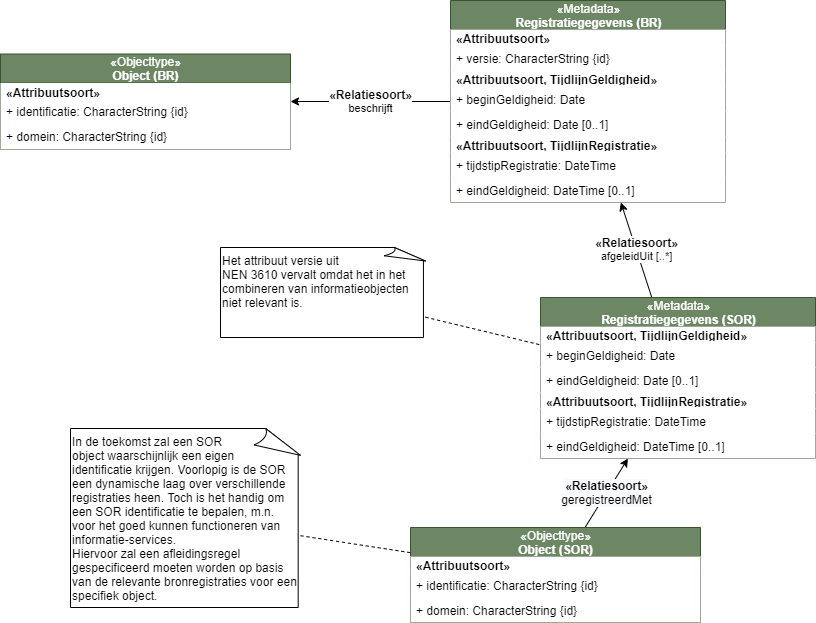
Above: media/historie.drawio.png in Geonovum/disgeo-demo-3a (draw.io), before the change. Source tidied: cells renumbered, new cells last; positions are measured from the earlier drawing's top-left corner, leaving out a move shared by most shapes.
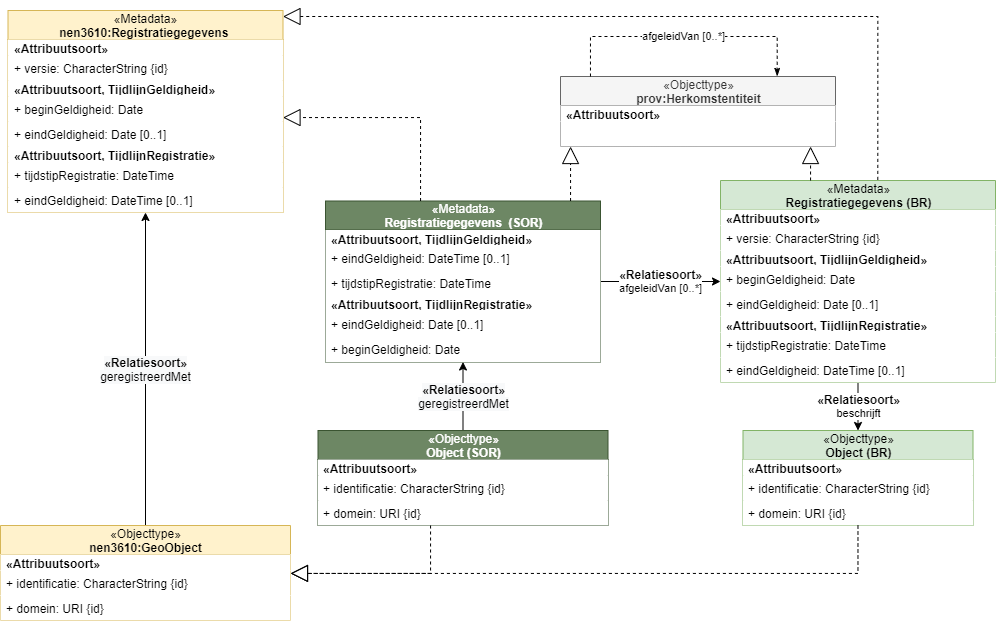
The same file after the commit.

Commit message:
aanpassen historiebeschrijvin nav metadatabeschrijving

Diff of the diagram source:
```diff
@@ -1,4 +1,4 @@
-<mxGraphModel>
+<mxGraphModel background="#ffffff">
   <root>
     <mxCell id="0" />
     <mxCell id="1" parent="0" />
@@ -6,58 +6,46 @@
       <mxGeometry relative="1" as="geometry" />
     </mxCell>
     <mxCell id="3" value="&lt;span style=&quot;font-weight: 400&quot;&gt;«Objecttype»&lt;/span&gt;&lt;br style=&quot;font-weight: 400&quot;&gt;Object (SOR)" style="swimlane;fontStyle=1;align=center;verticalAlign=middle;horizontal=1;startSize=29;html=1;fillColor=#6d8764;strokeColor=#3A5431;fontColor=#ffffff;" parent="1" vertex="1">
-      <mxGeometry x="410" y="527" width="290" height="95" as="geometry" />
+      <mxGeometry x="547.5" y="427" width="290" height="95" as="geometry" />
     </mxCell>
-    <mxCell id="4" value="&lt;span style=&quot;text-align: center&quot;&gt;&lt;b&gt;«Attribuutsoort»&lt;/b&gt;&lt;/span&gt;" style="text;html=1;align=left;verticalAlign=middle;spacingLeft=4;spacingRight=4;overflow=hidden;fillColor=#ffffff;" parent="3" vertex="1">
-      <mxGeometry y="29" width="290" height="16" as="geometry" />
-    </mxCell>
-    <mxCell id="5" value="+ identificatie: CharacterString {id}" style="text;html=1;align=left;verticalAlign=middle;spacingLeft=4;spacingRight=4;overflow=hidden;fillColor=#ffffff;" parent="3" vertex="1">
-      <mxGeometry y="45" width="290" height="25" as="geometry" />
-    </mxCell>
-    <mxCell id="6" value="+ domein: CharacterString {id}" style="text;html=1;align=left;verticalAlign=middle;spacingLeft=4;spacingRight=4;overflow=hidden;fillColor=#ffffff;" parent="3" vertex="1">
-      <mxGeometry y="70" width="290" height="25" as="geometry" />
-    </mxCell>
+    <mxCell id="33" value="&lt;span style=&quot;text-align: center&quot;&gt;&lt;b&gt;«Attribuutsoort»&lt;/b&gt;&lt;/span&gt;" style="text;html=1;align=left;verticalAlign=middle;spacingLeft=4;spacingRight=4;overflow=hidden;fillColor=#ffffff;" parent="3" vertex="1">
+      <mxGeometry y="29" width="290" height="16" as="geometry" />
+    </mxCell>
+    <mxCell id="34" value="+ identificatie: CharacterString {id}" style="text;html=1;align=left;verticalAlign=middle;spacingLeft=4;spacingRight=4;overflow=hidden;fillColor=#ffffff;" parent="3" vertex="1">
+      <mxGeometry y="45" width="290" height="25" as="geometry" />
+    </mxCell>
+    <mxCell id="35" value="+ domein: URI {id}" style="text;html=1;align=left;verticalAlign=middle;spacingLeft=4;spacingRight=4;overflow=hidden;fillColor=#ffffff;" parent="3" vertex="1">
+      <mxGeometry y="70" width="290" height="25" as="geometry" />
+    </mxCell>
-    <mxCell id="7" value="&lt;b style=&quot;font-size: 12px&quot;&gt;«Relatiesoort»&lt;br&gt;&lt;/b&gt;afgeleidUit [..*]" style="edgeStyle=none;rounded=0;jettySize=auto;html=1;endArrow=classic;endFill=1;" parent="1" edge="1" source="8" target="20">
+    <mxCell id="7" value="&lt;b style=&quot;font-size: 12px&quot;&gt;«Relatiesoort»&lt;br&gt;&lt;/b&gt;afgeleidVan [0..*]" style="edgeStyle=orthogonalEdgeStyle;rounded=0;jettySize=auto;html=1;" parent="1" edge="1" source="8" target="20">
       <mxGeometry relative="1" as="geometry" />
     </mxCell>
-    <mxCell id="8" value="&lt;span style=&quot;font-weight: 400&quot;&gt;«Metadata»&lt;/span&gt;&lt;br style=&quot;font-weight: 400&quot;&gt;Registratiegegevens (SOR)" style="swimlane;fontStyle=1;align=center;verticalAlign=middle;horizontal=1;startSize=29;html=1;fillColor=#6d8764;strokeColor=#3A5431;fontColor=#ffffff;" parent="1" vertex="1">
-      <mxGeometry x="540" y="297" width="275" height="161" as="geometry" />
+    <mxCell id="8" value="&lt;span style=&quot;font-weight: 400&quot;&gt;«Metadata»&lt;/span&gt;&lt;br style=&quot;font-weight: 400&quot;&gt;Registratiegegevens&amp;nbsp; (SOR)" style="swimlane;fontStyle=1;align=center;verticalAlign=middle;horizontal=1;startSize=29;html=1;fillColor=#6d8764;strokeColor=#3A5431;fontColor=#ffffff;" parent="1" vertex="1">
+      <mxGeometry x="555" y="197.5" width="275" height="161" as="geometry" />
     </mxCell>
     <mxCell id="9" value="&lt;span style=&quot;text-align: center&quot;&gt;&lt;b&gt;«Attribuutsoort, TijdlijnGeldigheid»&lt;/b&gt;&lt;/span&gt;" style="text;html=1;align=left;verticalAlign=middle;spacingLeft=4;spacingRight=4;overflow=hidden;fillColor=#ffffff;" parent="8" vertex="1">
       <mxGeometry y="29" width="275" height="16" as="geometry" />
     </mxCell>
+    <mxCell id="14" value="+ eindGeldigheid: DateTime [0..1]" style="text;html=1;align=left;verticalAlign=middle;spacingLeft=4;spacingRight=4;overflow=hidden;fillColor=#ffffff;" parent="8" vertex="1">
+      <mxGeometry y="45" width="275" height="25" as="geometry" />
+    </mxCell>
+    <mxCell id="13" value="+ tijdstipRegistratie: DateTime" style="text;html=1;align=left;verticalAlign=middle;spacingLeft=4;spacingRight=4;overflow=hidden;fillColor=#ffffff;" parent="8" vertex="1">
+      <mxGeometry y="70" width="275" height="25" as="geometry" />
+    </mxCell>
+    <mxCell id="12" value="&lt;span style=&quot;text-align: center&quot;&gt;&lt;b&gt;«Attribuutsoort, TijdlijnRegistratie»&lt;/b&gt;&lt;/span&gt;" style="text;html=1;align=left;verticalAlign=middle;spacingLeft=4;spacingRight=4;overflow=hidden;fillColor=#ffffff;" parent="8" vertex="1">
+      <mxGeometry y="95" width="275" height="16" as="geometry" />
+    </mxCell>
+    <mxCell id="11" value="+ eindGeldigheid: Date [0..1]" style="text;html=1;align=left;verticalAlign=middle;spacingLeft=4;spacingRight=4;overflow=hidden;fillColor=#ffffff;" parent="8" vertex="1">
+      <mxGeometry y="111" width="275" height="25" as="geometry" />
+    </mxCell>
     <mxCell id="10" value="+ beginGeldigheid: Date" style="text;html=1;align=left;verticalAlign=middle;spacingLeft=4;spacingRight=4;overflow=hidden;fillColor=#ffffff;" parent="8" vertex="1">
-      <mxGeometry y="45" width="275" height="25" as="geometry" />
+      <mxGeometry y="136" width="275" height="25" as="geometry" />
     </mxCell>
-    <mxCell id="11" value="+ eindGeldigheid: Date [0..1]" style="text;html=1;align=left;verticalAlign=middle;spacingLeft=4;spacingRight=4;overflow=hidden;fillColor=#ffffff;" parent="8" vertex="1">
-      <mxGeometry y="70" width="275" height="25" as="geometry" />
-    </mxCell>
-    <mxCell id="12" value="&lt;span style=&quot;text-align: center&quot;&gt;&lt;b&gt;«Attribuutsoort, TijdlijnRegistratie»&lt;/b&gt;&lt;/span&gt;" style="text;html=1;align=left;verticalAlign=middle;spacingLeft=4;spacingRight=4;overflow=hidden;fillColor=#ffffff;" parent="8" vertex="1">
-      <mxGeometry y="95" width="275" height="16" as="geometry" />
-    </mxCell>
-    <mxCell id="13" value="+ tijdstipRegistratie: DateTime" style="text;html=1;align=left;verticalAlign=middle;spacingLeft=4;spacingRight=4;overflow=hidden;fillColor=#ffffff;" parent="8" vertex="1">
-      <mxGeometry y="111" width="275" height="25" as="geometry" />
-    </mxCell>
-    <mxCell id="14" value="+ eindGeldigheid: DateTime [0..1]" style="text;html=1;align=left;verticalAlign=middle;spacingLeft=4;spacingRight=4;overflow=hidden;fillColor=#ffffff;" parent="8" vertex="1">
-      <mxGeometry y="136" width="275" height="25" as="geometry" />
-    </mxCell>
-    <mxCell id="15" style="rounded=0;jettySize=auto;html=1;dashed=1;endArrow=none;endFill=0;" parent="1" edge="1" source="16" target="8">
-      <mxGeometry relative="1" as="geometry" />
-    </mxCell>
-    <mxCell id="16" value="Het attribuut versie uit &lt;br&gt;NEN 3610 vervalt omdat het in het combineren van informatieobjecten niet relevant is.&amp;nbsp;" style="whiteSpace=wrap;html=1;shape=mxgraph.basic.document;align=left;horizontal=1;verticalAlign=top;" parent="1" vertex="1">
-      <mxGeometry x="220" y="247" width="205" height="90" as="geometry" />
-    </mxCell>
-    <mxCell id="17" style="edgeStyle=none;rounded=0;jettySize=auto;html=1;dashed=1;endArrow=none;endFill=0;" parent="1" edge="1" source="18" target="3">
-      <mxGeometry relative="1" as="geometry" />
-    </mxCell>
-    <mxCell id="18" value="In de toekomst zal een SOR &lt;br&gt;object waarschijnlijk een eigen &lt;br&gt;identificatie krijgen. Voorlopig is de SOR een dynamische laag over verschillende registraties heen. Toch is het handig om een SOR identificatie te bepalen, m.n. voor het goed kunnen functioneren van informatie-services.&lt;br&gt;Hiervoor zal een afleidingsregel gespecificeerd moeten worden op basis van de relevante bronregistraties voor een specifiek object." style="whiteSpace=wrap;html=1;shape=mxgraph.basic.document;align=left;horizontal=1;verticalAlign=top;" parent="1" vertex="1">
-      <mxGeometry x="70" y="428" width="230" height="179" as="geometry" />
-    </mxCell>
-    <mxCell id="19" value="&lt;b style=&quot;font-size: 12px&quot;&gt;«Relatiesoort»&lt;br&gt;&lt;/b&gt;beschrijft" style="edgeStyle=none;rounded=0;jettySize=auto;html=1;endArrow=classic;endFill=1;" parent="1" edge="1" source="20" target="29">
+    <mxCell id="19" value="&lt;b style=&quot;font-size: 12px&quot;&gt;«Relatiesoort»&lt;br&gt;&lt;/b&gt;beschrijft" style="edgeStyle=orthogonalEdgeStyle;rounded=0;jettySize=auto;html=1;" parent="1" edge="1" source="20" target="29">
       <mxGeometry relative="1" as="geometry" />
     </mxCell>
-    <mxCell id="20" value="&lt;span style=&quot;font-weight: 400&quot;&gt;«Metadata»&lt;/span&gt;&lt;br style=&quot;font-weight: 400&quot;&gt;Registratiegegevens (BR)" style="swimlane;fontStyle=1;align=center;verticalAlign=middle;horizontal=1;startSize=29;html=1;fillColor=#6d8764;strokeColor=#3A5431;fontColor=#ffffff;" parent="1" vertex="1">
-      <mxGeometry x="450" width="275" height="202" as="geometry" />
+    <mxCell id="20" value="&lt;span style=&quot;font-weight: 400&quot;&gt;«Metadata»&lt;/span&gt;&lt;br style=&quot;font-weight: 400&quot;&gt;Registratiegegevens (BR)" style="swimlane;fontStyle=1;align=center;verticalAlign=middle;horizontal=1;startSize=29;html=1;fillColor=#d5e8d4;strokeColor=#82b366;" parent="1" vertex="1">
+      <mxGeometry x="950" y="177" width="275" height="202" as="geometry" />
     </mxCell>
     <mxCell id="21" value="&lt;span style=&quot;text-align: center&quot;&gt;&lt;b&gt;«Attribuutsoort»&lt;/b&gt;&lt;/span&gt;" style="text;html=1;align=left;verticalAlign=middle;spacingLeft=4;spacingRight=4;overflow=hidden;fillColor=#ffffff;" parent="20" vertex="1">
       <mxGeometry y="29" width="275" height="16" as="geometry" />
@@ -83,17 +71,119 @@
     <mxCell id="28" value="+ eindGeldigheid: DateTime [0..1]" style="text;html=1;align=left;verticalAlign=middle;spacingLeft=4;spacingRight=4;overflow=hidden;fillColor=#ffffff;" parent="20" vertex="1">
       <mxGeometry y="177" width="275" height="25" as="geometry" />
     </mxCell>
-    <mxCell id="29" value="&lt;span style=&quot;font-weight: 400&quot;&gt;«Objecttype»&lt;/span&gt;&lt;br style=&quot;font-weight: 400&quot;&gt;Object (BR)" style="swimlane;fontStyle=1;align=center;verticalAlign=middle;horizontal=1;startSize=29;html=1;fillColor=#6d8764;strokeColor=#3A5431;fontColor=#ffffff;" parent="1" vertex="1">
-      <mxGeometry y="53.5" width="290" height="95" as="geometry" />
+    <mxCell id="29" value="&lt;span style=&quot;font-weight: 400&quot;&gt;«Objecttype»&lt;/span&gt;&lt;br style=&quot;font-weight: 400&quot;&gt;Object (BR)" style="swimlane;fontStyle=1;align=center;verticalAlign=middle;horizontal=1;startSize=29;html=1;fillColor=#d5e8d4;strokeColor=#82b366;" parent="1" vertex="1">
+      <mxGeometry x="972.5" y="427" width="230" height="95" as="geometry" />
     </mxCell>
-    <mxCell id="30" value="&lt;span style=&quot;text-align: center&quot;&gt;&lt;b&gt;«Attribuutsoort»&lt;/b&gt;&lt;/span&gt;" style="text;html=1;align=left;verticalAlign=middle;spacingLeft=4;spacingRight=4;overflow=hidden;fillColor=#ffffff;" parent="29" vertex="1">
-      <mxGeometry y="29" width="290" height="16" as="geometry" />
-    </mxCell>
-    <mxCell id="31" value="+ identificatie: CharacterString {id}" style="text;html=1;align=left;verticalAlign=middle;spacingLeft=4;spacingRight=4;overflow=hidden;fillColor=#ffffff;" parent="29" vertex="1">
-      <mxGeometry y="45" width="290" height="25" as="geometry" />
-    </mxCell>
-    <mxCell id="32" value="+ domein: CharacterString {id}" style="text;html=1;align=left;verticalAlign=middle;spacingLeft=4;spacingRight=4;overflow=hidden;fillColor=#ffffff;" parent="29" vertex="1">
-      <mxGeometry y="70" width="290" height="25" as="geometry" />
-    </mxCell>
+    <mxCell id="36" value="&lt;span style=&quot;text-align: center&quot;&gt;&lt;b&gt;«Attribuutsoort»&lt;/b&gt;&lt;/span&gt;" style="text;html=1;align=left;verticalAlign=middle;spacingLeft=4;spacingRight=4;overflow=hidden;fillColor=#ffffff;" parent="29" vertex="1">
+      <mxGeometry y="29" width="230" height="16" as="geometry" />
+    </mxCell>
+    <mxCell id="37" value="+ identificatie: CharacterString {id}" style="text;html=1;align=left;verticalAlign=middle;spacingLeft=4;spacingRight=4;overflow=hidden;fillColor=#ffffff;" parent="29" vertex="1">
+      <mxGeometry y="45" width="230" height="25" as="geometry" />
+    </mxCell>
+    <mxCell id="38" value="+ domein: URI {id}" style="text;html=1;align=left;verticalAlign=middle;spacingLeft=4;spacingRight=4;overflow=hidden;fillColor=#ffffff;" parent="29" vertex="1">
+      <mxGeometry y="70" width="230" height="25" as="geometry" />
+    </mxCell>
+    <mxCell id="39" style="edgeStyle=orthogonalEdgeStyle;rounded=0;jettySize=auto;html=1;endArrow=block;endFill=0;endSize=15;dashed=1;" parent="1" edge="1" source="20" target="40">
+      <mxGeometry relative="1" as="geometry">
+        <Array as="points">
+          <mxPoint x="1040" y="173" />
+          <mxPoint x="1040" y="173" />
+        </Array>
+      </mxGeometry>
+    </mxCell>
+    <mxCell id="40" value="&lt;span style=&quot;font-weight: 400&quot;&gt;«Objecttype»&lt;/span&gt;&lt;br style=&quot;font-weight: 400&quot;&gt;prov:Herkomstentiteit" style="swimlane;fontStyle=1;align=center;verticalAlign=middle;horizontal=1;startSize=29;html=1;fillColor=#f5f5f5;strokeColor=#666666;fontColor=#333333;" parent="1" vertex="1">
+      <mxGeometry x="790" y="73" width="275" height="70" as="geometry" />
+    </mxCell>
+    <mxCell id="41" value="&lt;span style=&quot;text-align: center&quot;&gt;&lt;b&gt;«Attribuutsoort»&lt;/b&gt;&lt;/span&gt;" style="text;html=1;align=left;verticalAlign=middle;spacingLeft=4;spacingRight=4;overflow=hidden;fillColor=#ffffff;" parent="40" vertex="1">
+      <mxGeometry y="29" width="275" height="16" as="geometry" />
+    </mxCell>
+    <mxCell id="42" style="text;html=1;align=left;verticalAlign=middle;spacingLeft=4;spacingRight=4;overflow=hidden;fillColor=#ffffff;" parent="40" vertex="1">
+      <mxGeometry y="45" width="275" height="25" as="geometry" />
+    </mxCell>
+    <mxCell id="43" value="afgeleidVan [0..*]" style="edgeStyle=elbowEdgeStyle;rounded=0;orthogonalLoop=1;jettySize=auto;html=1;endArrow=classicThin;endFill=1;endSize=6;exitX=0.109;exitY=0;exitDx=0;exitDy=0;exitPerimeter=0;dashed=1;elbow=vertical;entryX=0.788;entryY=-0.002;entryDx=0;entryDy=0;entryPerimeter=0;" parent="1" edge="1" source="40" target="40">
+      <mxGeometry relative="1" as="geometry">
+        <Array as="points">
+          <mxPoint x="908" y="33" />
+        </Array>
+      </mxGeometry>
+    </mxCell>
+    <mxCell id="44" style="edgeStyle=orthogonalEdgeStyle;rounded=0;jettySize=auto;html=1;endArrow=block;endFill=0;endSize=15;dashed=1;" parent="1" edge="1" source="8" target="40">
+      <mxGeometry relative="1" as="geometry">
+        <Array as="points">
+          <mxPoint x="800" y="183" />
+          <mxPoint x="800" y="183" />
+        </Array>
+      </mxGeometry>
+    </mxCell>
+    <mxCell id="45" value="&lt;span style=&quot;font-size: 12px ; background-color: rgb(248 , 249 , 250)&quot;&gt;&lt;b&gt;«Relatiesoort»&lt;br&gt;&lt;/b&gt;&lt;/span&gt;&lt;span style=&quot;font-size: 12px ; background-color: rgb(248 , 249 , 250)&quot;&gt;geregistreerdMet&lt;/span&gt;" style="rounded=0;jettySize=auto;html=1;" parent="1" edge="1" source="46" target="50">
+      <mxGeometry relative="1" as="geometry" />
+    </mxCell>
+    <mxCell id="46" value="&lt;span style=&quot;font-weight: 400&quot;&gt;«Objecttype»&lt;/span&gt;&lt;br style=&quot;font-weight: 400&quot;&gt;nen3610:GeoObject" style="swimlane;fontStyle=1;align=center;verticalAlign=middle;horizontal=1;startSize=29;html=1;fillColor=#fff2cc;strokeColor=#d6b656;" parent="1" vertex="1">
+      <mxGeometry x="230" y="522" width="290" height="95" as="geometry" />
+    </mxCell>
+    <mxCell id="47" value="&lt;span style=&quot;text-align: center&quot;&gt;&lt;b&gt;«Attribuutsoort»&lt;/b&gt;&lt;/span&gt;" style="text;html=1;align=left;verticalAlign=middle;spacingLeft=4;spacingRight=4;overflow=hidden;fillColor=#ffffff;" parent="46" vertex="1">
+      <mxGeometry y="29" width="290" height="16" as="geometry" />
+    </mxCell>
+    <mxCell id="48" value="+ identificatie: CharacterString {id}" style="text;html=1;align=left;verticalAlign=middle;spacingLeft=4;spacingRight=4;overflow=hidden;fillColor=#ffffff;" parent="46" vertex="1">
+      <mxGeometry y="45" width="290" height="25" as="geometry" />
+    </mxCell>
+    <mxCell id="49" value="+ domein: URI {id}" style="text;html=1;align=left;verticalAlign=middle;spacingLeft=4;spacingRight=4;overflow=hidden;fillColor=#ffffff;" parent="46" vertex="1">
+      <mxGeometry y="70" width="290" height="25" as="geometry" />
+    </mxCell>
+    <mxCell id="50" value="&lt;span style=&quot;font-weight: 400&quot;&gt;«Metadata»&lt;/span&gt;&lt;br style=&quot;font-weight: 400&quot;&gt;nen3610:Registratiegegevens&amp;nbsp;" style="swimlane;fontStyle=1;align=center;verticalAlign=middle;horizontal=1;startSize=29;html=1;fillColor=#fff2cc;strokeColor=#d6b656;" parent="1" vertex="1">
+      <mxGeometry x="237.5" y="7" width="275" height="202" as="geometry" />
+    </mxCell>
+    <mxCell id="51" value="&lt;span style=&quot;text-align: center&quot;&gt;&lt;b&gt;«Attribuutsoort»&lt;/b&gt;&lt;/span&gt;" style="text;html=1;align=left;verticalAlign=middle;spacingLeft=4;spacingRight=4;overflow=hidden;fillColor=#ffffff;" parent="50" vertex="1">
+      <mxGeometry y="29" width="275" height="16" as="geometry" />
+    </mxCell>
+    <mxCell id="52" value="+ versie: CharacterString {id}" style="text;html=1;align=left;verticalAlign=middle;spacingLeft=4;spacingRight=4;overflow=hidden;fillColor=#ffffff;" parent="50" vertex="1">
+      <mxGeometry y="45" width="275" height="25" as="geometry" />
+    </mxCell>
+    <mxCell id="53" value="&lt;span style=&quot;text-align: center&quot;&gt;&lt;b&gt;«Attribuutsoort, TijdlijnGeldigheid»&lt;/b&gt;&lt;/span&gt;" style="text;html=1;align=left;verticalAlign=middle;spacingLeft=4;spacingRight=4;overflow=hidden;fillColor=#ffffff;" parent="50" vertex="1">
+      <mxGeometry y="70" width="275" height="16" as="geometry" />
+    </mxCell>
+    <mxCell id="54" value="+ beginGeldigheid: Date" style="text;html=1;align=left;verticalAlign=middle;spacingLeft=4;spacingRight=4;overflow=hidden;fillColor=#ffffff;" parent="50" vertex="1">
+      <mxGeometry y="86" width="275" height="25" as="geometry" />
+    </mxCell>
+    <mxCell id="55" value="+ eindGeldigheid: Date [0..1]" style="text;html=1;align=left;verticalAlign=middle;spacingLeft=4;spacingRight=4;overflow=hidden;fillColor=#ffffff;" parent="50" vertex="1">
+      <mxGeometry y="111" width="275" height="25" as="geometry" />
+    </mxCell>
+    <mxCell id="56" value="&lt;span style=&quot;text-align: center&quot;&gt;&lt;b&gt;«Attribuutsoort, TijdlijnRegistratie»&lt;/b&gt;&lt;/span&gt;" style="text;html=1;align=left;verticalAlign=middle;spacingLeft=4;spacingRight=4;overflow=hidden;fillColor=#ffffff;" parent="50" vertex="1">
+      <mxGeometry y="136" width="275" height="16" as="geometry" />
+    </mxCell>
+    <mxCell id="57" value="+ tijdstipRegistratie: DateTime" style="text;html=1;align=left;verticalAlign=middle;spacingLeft=4;spacingRight=4;overflow=hidden;fillColor=#ffffff;" parent="50" vertex="1">
+      <mxGeometry y="152" width="275" height="25" as="geometry" />
+    </mxCell>
+    <mxCell id="58" value="+ eindGeldigheid: DateTime [0..1]" style="text;html=1;align=left;verticalAlign=middle;spacingLeft=4;spacingRight=4;overflow=hidden;fillColor=#ffffff;" parent="50" vertex="1">
+      <mxGeometry y="177" width="275" height="25" as="geometry" />
+    </mxCell>
+    <mxCell id="59" style="edgeStyle=orthogonalEdgeStyle;rounded=0;jettySize=auto;html=1;endArrow=block;endFill=0;endSize=15;dashed=1;exitX=0.572;exitY=-0.003;exitDx=0;exitDy=0;exitPerimeter=0;" parent="1" edge="1" source="20" target="50">
+      <mxGeometry relative="1" as="geometry">
+        <Array as="points">
+          <mxPoint x="1107" y="13" />
+        </Array>
+      </mxGeometry>
+    </mxCell>
+    <mxCell id="60" style="edgeStyle=orthogonalEdgeStyle;rounded=0;jettySize=auto;html=1;endArrow=block;endFill=0;endSize=15;dashed=1;" parent="1" edge="1" source="8" target="50">
+      <mxGeometry relative="1" as="geometry">
+        <Array as="points">
+          <mxPoint x="650" y="114" />
+        </Array>
+      </mxGeometry>
+    </mxCell>
+    <mxCell id="61" style="edgeStyle=orthogonalEdgeStyle;rounded=0;jettySize=auto;html=1;endArrow=block;endFill=0;endSize=15;dashed=1;" parent="1" edge="1" source="3" target="46">
+      <mxGeometry relative="1" as="geometry">
+        <Array as="points">
+          <mxPoint x="660" y="570" />
+        </Array>
+      </mxGeometry>
+    </mxCell>
+    <mxCell id="62" style="edgeStyle=orthogonalEdgeStyle;rounded=0;jettySize=auto;html=1;endArrow=block;endFill=0;endSize=15;dashed=1;" parent="1" edge="1" source="29" target="46">
+      <mxGeometry relative="1" as="geometry">
+        <Array as="points">
+          <mxPoint x="1088" y="570" />
+        </Array>
+      </mxGeometry>
+    </mxCell>
   </root>
 </mxGraphModel>
```
